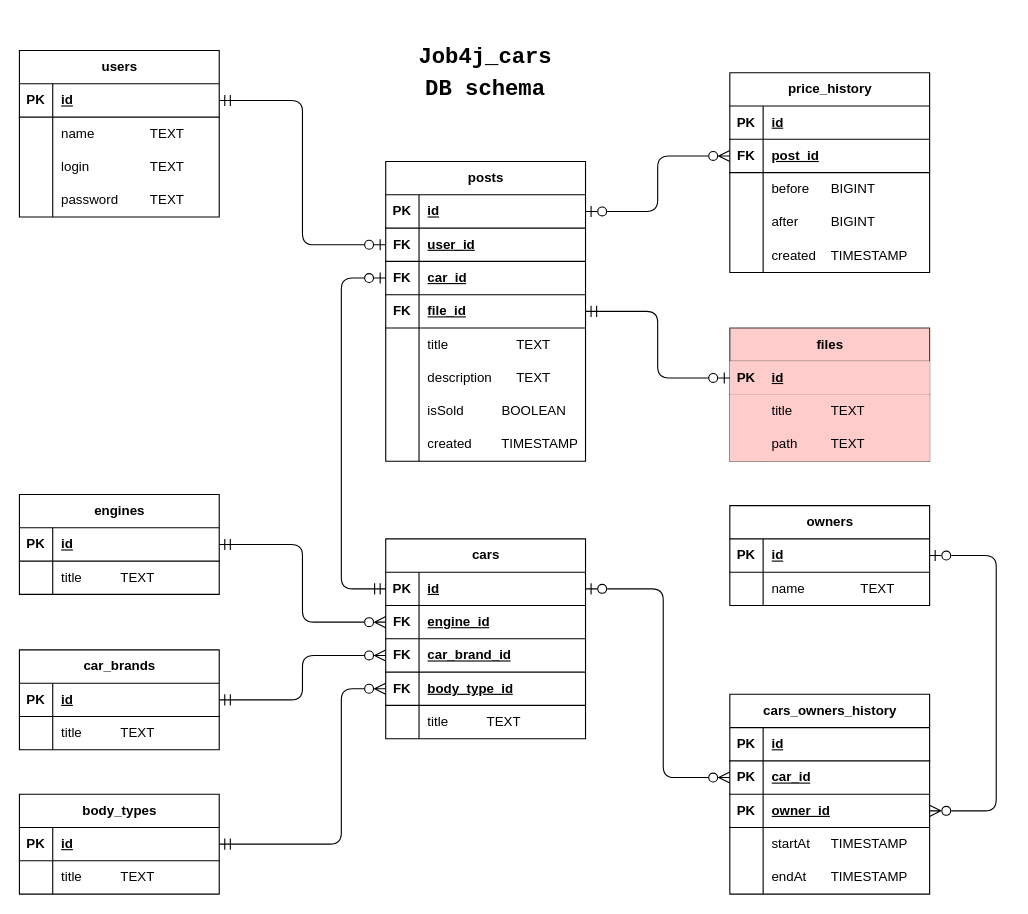
Above: src/main/resources/db/cars_DB_schema.drawio in MikhailChrn/job4j_cars (draw.io), before the change. Source tidied: cells renumbered, new cells numbered last; positions are measured from the earlier drawing's top-left corner, leaving out a move shared by most shapes. Both pictures are drawn from the tidied source at 111%, with x=0, y=0 at pixel (19, 50).
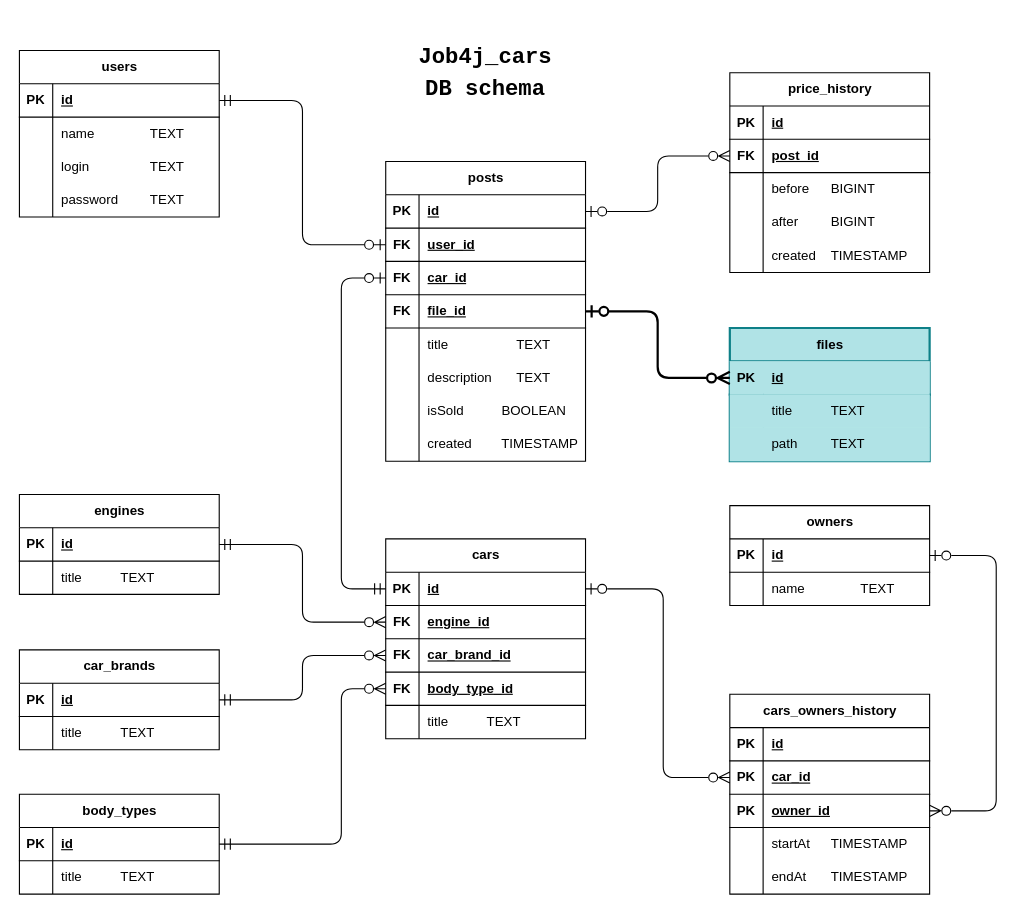
The same page after the edit.

Unchanged cells that the change refers to:
```xml
<mxCell id="94" style="shape=tableRow;horizontal=0;startSize=0;swimlaneHead=0;swimlaneBody=0;fillColor=none;points=[[0,0.5],[1,0.5]];portConstraint=eastwest;top=0;left=0;right=0;bottom=1;" parent="84" vertex="1">
  <mxGeometry y="120" width="180" height="30" as="geometry" />
</mxCell>
```

The edit, as a diff of the source:
```diff
@@
-    <mxCell id="46" value="files" style="shape=table;startSize=30;childLayout=tableLayout;rowLines=0;fontStyle=1;align=center;html=1;fillColor=#ffcccc;strokeColor=#36393d;" parent="1" vertex="1">
+    <mxCell id="46" value="files" style="shape=table;startSize=30;childLayout=tableLayout;rowLines=0;fontStyle=1;align=center;html=1;fillColor=#b0e3e6;strokeColor=#0e8088;strokeWidth=2;" parent="1" vertex="1">
       <mxGeometry x="640" y="250" width="180" height="120" as="geometry" />
     </mxCell>
-    <mxCell id="47" style="shape=tableRow;horizontal=0;startSize=0;swimlaneHead=0;swimlaneBody=0;fillColor=#ffcccc;points=[[0,0.5],[1,0.5]];portConstraint=eastwest;top=0;left=0;right=0;bottom=1;strokeColor=#36393d;" parent="46" vertex="1">
+    <mxCell id="47" style="shape=tableRow;horizontal=0;startSize=0;swimlaneHead=0;swimlaneBody=0;points=[[0,0.5],[1,0.5]];portConstraint=eastwest;top=0;left=0;right=0;bottom=1;fillColor=#b0e3e6;strokeColor=#0e8088;strokeWidth=2;" parent="46" vertex="1">
       <mxGeometry y="30" width="180" height="30" as="geometry" />
     </mxCell>
-    <mxCell id="48" value="PK" style="shape=partialRectangle;fillColor=#ffcccc;top=0;left=0;bottom=0;right=0;fontStyle=1;overflow=hidden;whiteSpace=wrap;html=1;strokeColor=#36393d;" parent="47" vertex="1">
+    <mxCell id="48" value="PK" style="shape=partialRectangle;top=0;left=0;bottom=0;right=0;fontStyle=1;overflow=hidden;whiteSpace=wrap;html=1;fillColor=#b0e3e6;strokeColor=#0e8088;strokeWidth=2;" parent="47" vertex="1">
       <mxGeometry width="30" height="30" as="geometry" />
     </mxCell>
-    <mxCell id="49" value="id" style="shape=partialRectangle;fillColor=#ffcccc;top=0;left=0;bottom=0;right=0;align=left;spacingLeft=6;fontStyle=5;overflow=hidden;whiteSpace=wrap;html=1;strokeColor=#36393d;" parent="47" vertex="1">
+    <mxCell id="49" value="id" style="shape=partialRectangle;top=0;left=0;bottom=0;right=0;align=left;spacingLeft=6;fontStyle=5;overflow=hidden;whiteSpace=wrap;html=1;fillColor=#b0e3e6;strokeColor=#0e8088;strokeWidth=2;" parent="47" vertex="1">
       <mxGeometry x="30" width="150" height="30" as="geometry" />
     </mxCell>
-    <mxCell id="50" style="shape=tableRow;horizontal=0;startSize=0;swimlaneHead=0;swimlaneBody=0;fillColor=#ffcccc;top=0;left=0;right=0;bottom=0;strokeColor=#36393d;" parent="46" vertex="1">
+    <mxCell id="50" style="shape=tableRow;horizontal=0;startSize=0;swimlaneHead=0;swimlaneBody=0;top=0;left=0;right=0;bottom=0;fillColor=#b0e3e6;strokeColor=#0e8088;strokeWidth=2;" parent="46" vertex="1">
       <mxGeometry y="60" width="180" height="30" as="geometry" />
     </mxCell>
-    <mxCell id="51" style="shape=partialRectangle;fillColor=#ffcccc;top=0;left=0;bottom=0;right=0;overflow=hidden;whiteSpace=wrap;html=1;strokeColor=#36393d;" parent="50" vertex="1">
+    <mxCell id="51" style="shape=partialRectangle;top=0;left=0;bottom=0;right=0;overflow=hidden;whiteSpace=wrap;html=1;fillColor=#b0e3e6;strokeColor=#0e8088;strokeWidth=2;" parent="50" vertex="1">
       <mxGeometry width="30" height="30" as="geometry" />
     </mxCell>
-    <mxCell id="52" value="title&amp;nbsp;&lt;span style=&quot;white-space: pre;&quot;&gt;&#9;&lt;/span&gt;&lt;span style=&quot;white-space: pre;&quot;&gt;&#9;&lt;/span&gt;TEXT" style="shape=partialRectangle;fillColor=#ffcccc;top=0;left=0;bottom=0;right=0;align=left;spacingLeft=6;overflow=hidden;whiteSpace=wrap;html=1;strokeColor=#36393d;" parent="50" vertex="1">
+    <mxCell id="52" value="title&amp;nbsp;&lt;span style=&quot;white-space: pre;&quot;&gt;&#9;&lt;/span&gt;&lt;span style=&quot;white-space: pre;&quot;&gt;&#9;&lt;/span&gt;TEXT" style="shape=partialRectangle;top=0;left=0;bottom=0;right=0;align=left;spacingLeft=6;overflow=hidden;whiteSpace=wrap;html=1;fillColor=#b0e3e6;strokeColor=#0e8088;strokeWidth=2;" parent="50" vertex="1">
       <mxGeometry x="30" width="150" height="30" as="geometry" />
     </mxCell>
-    <mxCell id="53" style="shape=tableRow;horizontal=0;startSize=0;swimlaneHead=0;swimlaneBody=0;fillColor=#ffcccc;top=0;left=0;right=0;bottom=0;strokeColor=#36393d;" parent="46" vertex="1">
+    <mxCell id="53" style="shape=tableRow;horizontal=0;startSize=0;swimlaneHead=0;swimlaneBody=0;top=0;left=0;right=0;bottom=0;fillColor=#b0e3e6;strokeColor=#0e8088;strokeWidth=2;" parent="46" vertex="1">
       <mxGeometry y="90" width="180" height="30" as="geometry" />
     </mxCell>
-    <mxCell id="54" style="shape=partialRectangle;fillColor=#ffcccc;top=0;left=0;bottom=0;right=0;overflow=hidden;whiteSpace=wrap;html=1;strokeColor=#36393d;" parent="53" vertex="1">
+    <mxCell id="54" style="shape=partialRectangle;top=0;left=0;bottom=0;right=0;overflow=hidden;whiteSpace=wrap;html=1;fillColor=#b0e3e6;strokeColor=#0e8088;strokeWidth=2;" parent="53" vertex="1">
       <mxGeometry width="30" height="30" as="geometry" />
     </mxCell>
-    <mxCell id="55" value="path&lt;span style=&quot;white-space: pre;&quot;&gt;&#9;&lt;/span&gt;&amp;nbsp; &amp;nbsp;&amp;nbsp;&lt;span style=&quot;white-space: pre;&quot;&gt;&#9;&lt;/span&gt;TEXT" style="shape=partialRectangle;fillColor=#ffcccc;top=0;left=0;bottom=0;right=0;align=left;spacingLeft=6;overflow=hidden;whiteSpace=wrap;html=1;strokeColor=#36393d;" parent="53" vertex="1">
+    <mxCell id="55" value="path&lt;span style=&quot;white-space: pre;&quot;&gt;&#9;&lt;/span&gt;&amp;nbsp; &amp;nbsp;&amp;nbsp;&lt;span style=&quot;white-space: pre;&quot;&gt;&#9;&lt;/span&gt;TEXT" style="shape=partialRectangle;top=0;left=0;bottom=0;right=0;align=left;spacingLeft=6;overflow=hidden;whiteSpace=wrap;html=1;fillColor=#b0e3e6;strokeColor=#0e8088;strokeWidth=2;" parent="53" vertex="1">
       <mxGeometry x="30" width="150" height="30" as="geometry" />
     </mxCell>
@@
-    <mxCell id="135" style="edgeStyle=elbowEdgeStyle;fontSize=12;html=1;endArrow=ERzeroToOne;startArrow=ERmandOne;rounded=1;startSize=8;endSize=8;entryX=0;entryY=0.5;entryDx=0;entryDy=0;curved=0;startFill=0;endFill=0;exitX=1;exitY=0.5;exitDx=0;exitDy=0;" parent="1" edge="1" source="94" target="47">
+    <mxCell id="135" style="edgeStyle=elbowEdgeStyle;fontSize=12;html=1;endArrow=ERzeroToMany;startArrow=ERzeroToOne;rounded=1;startSize=8;endSize=8;entryX=0;entryY=0.5;entryDx=0;entryDy=0;curved=0;startFill=0;endFill=0;exitX=1;exitY=0.5;exitDx=0;exitDy=0;strokeWidth=2;" parent="1" edge="1" source="94" target="47">
       <mxGeometry relative="1" as="geometry" />
     </mxCell>
```
